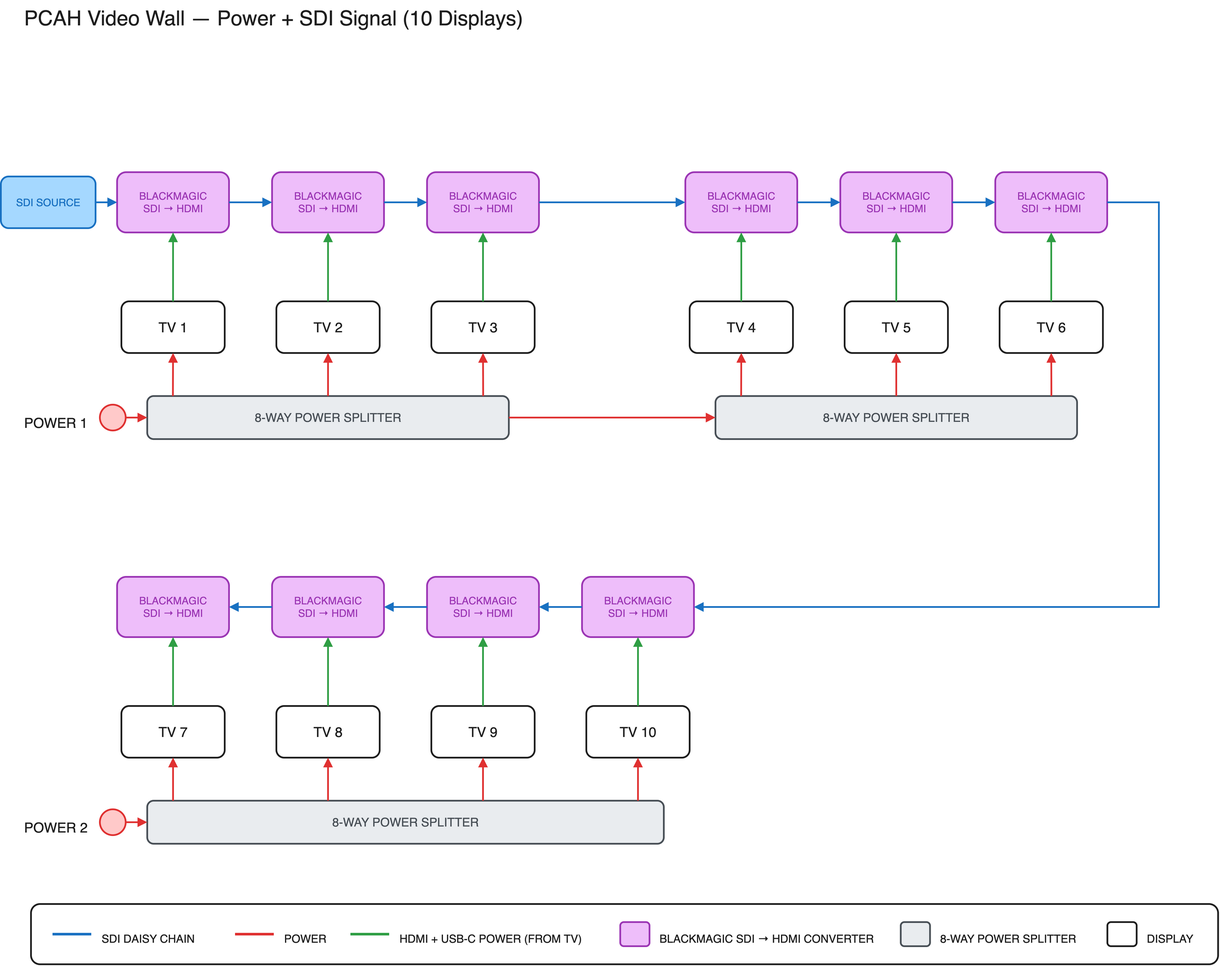
The draw.io diagram diagrams/pcah-video-wall.png in statik/pcah-wiring-diagrams, before a commit. Source tidied: cells renumbered, new cells last; positions are measured from the earlier drawing's top-left corner, leaving out a move shared by most shapes.
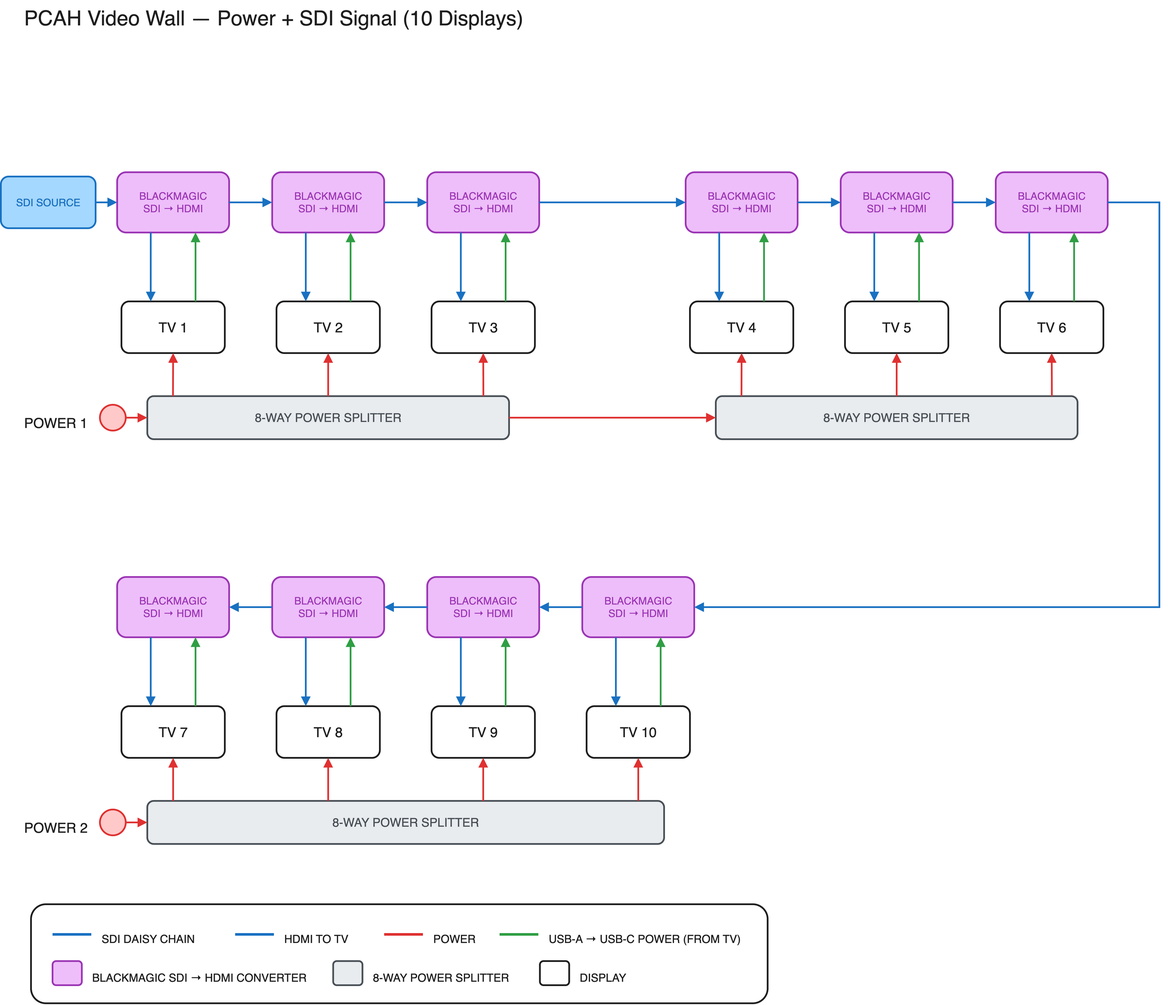
After the commit.

Commit message:
Add blue HDMI arrows from each converter into its TV

Diff of the diagram source:
```diff
@@ -11,7 +11,7 @@
     <mxCell id="4" value="TV 1" style="rounded=1;whiteSpace=wrap;html=1;fillColor=none;strokeColor=#1e1e1e;strokeWidth=2;fontColor=#1e1e1e;fontSize=16;" parent="1" vertex="1">
       <mxGeometry x="140" y="350" width="120" height="60" as="geometry" />
     </mxCell>
-    <mxCell id="5" style="edgeStyle=none;rounded=0;html=1;strokeColor=#2f9e44;strokeWidth=2;endArrow=block;endFill=1;exitX=0.5;exitY=0;exitDx=0;exitDy=0;entryX=0.5;entryY=1;entryDx=0;entryDy=0;" parent="1" edge="1" source="4" target="3">
+    <mxCell id="5" style="edgeStyle=none;rounded=0;html=1;strokeColor=#2f9e44;strokeWidth=2;endArrow=block;endFill=1;exitX=0.7167;exitY=0;exitDx=0;exitDy=0;entryX=0.7;entryY=1;entryDx=0;entryDy=0;" parent="1" edge="1" source="4" target="3">
       <mxGeometry relative="1" as="geometry" />
     </mxCell>
     <mxCell id="6" value="BLACKMAGIC&lt;br&gt;SDI → HDMI" style="rounded=1;whiteSpace=wrap;html=1;fillColor=#eebefa;strokeColor=#9c36b5;strokeWidth=2;fontColor=#9c36b5;fontSize=12;" parent="1" vertex="1">
@@ -20,7 +20,7 @@
     <mxCell id="7" value="TV 2" style="rounded=1;whiteSpace=wrap;html=1;fillColor=none;strokeColor=#1e1e1e;strokeWidth=2;fontColor=#1e1e1e;fontSize=16;" parent="1" vertex="1">
       <mxGeometry x="320" y="350" width="120" height="60" as="geometry" />
     </mxCell>
-    <mxCell id="8" style="edgeStyle=none;rounded=0;html=1;strokeColor=#2f9e44;strokeWidth=2;endArrow=block;endFill=1;exitX=0.5;exitY=0;exitDx=0;exitDy=0;entryX=0.5;entryY=1;entryDx=0;entryDy=0;" parent="1" edge="1" source="7" target="6">
+    <mxCell id="8" style="edgeStyle=none;rounded=0;html=1;strokeColor=#2f9e44;strokeWidth=2;endArrow=block;endFill=1;exitX=0.7167;exitY=0;exitDx=0;exitDy=0;entryX=0.7;entryY=1;entryDx=0;entryDy=0;" parent="1" edge="1" source="7" target="6">
       <mxGeometry relative="1" as="geometry" />
     </mxCell>
     <mxCell id="9" value="BLACKMAGIC&lt;br&gt;SDI → HDMI" style="rounded=1;whiteSpace=wrap;html=1;fillColor=#eebefa;strokeColor=#9c36b5;strokeWidth=2;fontColor=#9c36b5;fontSize=12;" parent="1" vertex="1">
@@ -29,7 +29,7 @@
     <mxCell id="10" value="TV 3" style="rounded=1;whiteSpace=wrap;html=1;fillColor=none;strokeColor=#1e1e1e;strokeWidth=2;fontColor=#1e1e1e;fontSize=16;" parent="1" vertex="1">
       <mxGeometry x="500" y="350" width="120" height="60" as="geometry" />
     </mxCell>
-    <mxCell id="11" style="edgeStyle=none;rounded=0;html=1;strokeColor=#2f9e44;strokeWidth=2;endArrow=block;endFill=1;exitX=0.5;exitY=0;exitDx=0;exitDy=0;entryX=0.5;entryY=1;entryDx=0;entryDy=0;" parent="1" edge="1" source="10" target="9">
+    <mxCell id="11" style="edgeStyle=none;rounded=0;html=1;strokeColor=#2f9e44;strokeWidth=2;endArrow=block;endFill=1;exitX=0.7167;exitY=0;exitDx=0;exitDy=0;entryX=0.7;entryY=1;entryDx=0;entryDy=0;" parent="1" edge="1" source="10" target="9">
       <mxGeometry relative="1" as="geometry" />
     </mxCell>
     <mxCell id="12" value="BLACKMAGIC&lt;br&gt;SDI → HDMI" style="rounded=1;whiteSpace=wrap;html=1;fillColor=#eebefa;strokeColor=#9c36b5;strokeWidth=2;fontColor=#9c36b5;fontSize=12;" parent="1" vertex="1">
@@ -38,7 +38,7 @@
     <mxCell id="13" value="TV 4" style="rounded=1;whiteSpace=wrap;html=1;fillColor=none;strokeColor=#1e1e1e;strokeWidth=2;fontColor=#1e1e1e;fontSize=16;" parent="1" vertex="1">
       <mxGeometry x="800" y="350" width="120" height="60" as="geometry" />
     </mxCell>
-    <mxCell id="14" style="edgeStyle=none;rounded=0;html=1;strokeColor=#2f9e44;strokeWidth=2;endArrow=block;endFill=1;exitX=0.5;exitY=0;exitDx=0;exitDy=0;entryX=0.5;entryY=1;entryDx=0;entryDy=0;" parent="1" edge="1" source="13" target="12">
+    <mxCell id="14" style="edgeStyle=none;rounded=0;html=1;strokeColor=#2f9e44;strokeWidth=2;endArrow=block;endFill=1;exitX=0.7167;exitY=0;exitDx=0;exitDy=0;entryX=0.7;entryY=1;entryDx=0;entryDy=0;" parent="1" edge="1" source="13" target="12">
       <mxGeometry relative="1" as="geometry" />
     </mxCell>
     <mxCell id="15" value="BLACKMAGIC&lt;br&gt;SDI → HDMI" style="rounded=1;whiteSpace=wrap;html=1;fillColor=#eebefa;strokeColor=#9c36b5;strokeWidth=2;fontColor=#9c36b5;fontSize=12;" parent="1" vertex="1">
@@ -47,7 +47,7 @@
     <mxCell id="16" value="TV 5" style="rounded=1;whiteSpace=wrap;html=1;fillColor=none;strokeColor=#1e1e1e;strokeWidth=2;fontColor=#1e1e1e;fontSize=16;" parent="1" vertex="1">
       <mxGeometry x="980" y="350" width="120" height="60" as="geometry" />
     </mxCell>
-    <mxCell id="17" style="edgeStyle=none;rounded=0;html=1;strokeColor=#2f9e44;strokeWidth=2;endArrow=block;endFill=1;exitX=0.5;exitY=0;exitDx=0;exitDy=0;entryX=0.5;entryY=1;entryDx=0;entryDy=0;" parent="1" edge="1" source="16" target="15">
+    <mxCell id="17" style="edgeStyle=none;rounded=0;html=1;strokeColor=#2f9e44;strokeWidth=2;endArrow=block;endFill=1;exitX=0.7167;exitY=0;exitDx=0;exitDy=0;entryX=0.7;entryY=1;entryDx=0;entryDy=0;" parent="1" edge="1" source="16" target="15">
       <mxGeometry relative="1" as="geometry" />
     </mxCell>
     <mxCell id="18" value="BLACKMAGIC&lt;br&gt;SDI → HDMI" style="rounded=1;whiteSpace=wrap;html=1;fillColor=#eebefa;strokeColor=#9c36b5;strokeWidth=2;fontColor=#9c36b5;fontSize=12;" parent="1" vertex="1">
@@ -56,7 +56,7 @@
     <mxCell id="19" value="TV 6" style="rounded=1;whiteSpace=wrap;html=1;fillColor=none;strokeColor=#1e1e1e;strokeWidth=2;fontColor=#1e1e1e;fontSize=16;" parent="1" vertex="1">
       <mxGeometry x="1160" y="350" width="120" height="60" as="geometry" />
     </mxCell>
-    <mxCell id="20" style="edgeStyle=none;rounded=0;html=1;strokeColor=#2f9e44;strokeWidth=2;endArrow=block;endFill=1;exitX=0.5;exitY=0;exitDx=0;exitDy=0;entryX=0.5;entryY=1;entryDx=0;entryDy=0;" parent="1" edge="1" source="19" target="18">
+    <mxCell id="20" style="edgeStyle=none;rounded=0;html=1;strokeColor=#2f9e44;strokeWidth=2;endArrow=block;endFill=1;exitX=0.7167;exitY=0;exitDx=0;exitDy=0;entryX=0.7;entryY=1;entryDx=0;entryDy=0;" parent="1" edge="1" source="19" target="18">
       <mxGeometry relative="1" as="geometry" />
     </mxCell>
     <mxCell id="21" value="BLACKMAGIC&lt;br&gt;SDI → HDMI" style="rounded=1;whiteSpace=wrap;html=1;fillColor=#eebefa;strokeColor=#9c36b5;strokeWidth=2;fontColor=#9c36b5;fontSize=12;" parent="1" vertex="1">
@@ -65,7 +65,7 @@
     <mxCell id="22" value="TV 7" style="rounded=1;whiteSpace=wrap;html=1;fillColor=none;strokeColor=#1e1e1e;strokeWidth=2;fontColor=#1e1e1e;fontSize=16;" parent="1" vertex="1">
       <mxGeometry x="140" y="820" width="120" height="60" as="geometry" />
     </mxCell>
-    <mxCell id="23" style="edgeStyle=none;rounded=0;html=1;strokeColor=#2f9e44;strokeWidth=2;endArrow=block;endFill=1;exitX=0.5;exitY=0;exitDx=0;exitDy=0;entryX=0.5;entryY=1;entryDx=0;entryDy=0;" parent="1" edge="1" source="22" target="21">
+    <mxCell id="23" style="edgeStyle=none;rounded=0;html=1;strokeColor=#2f9e44;strokeWidth=2;endArrow=block;endFill=1;exitX=0.7167;exitY=0;exitDx=0;exitDy=0;entryX=0.7;entryY=1;entryDx=0;entryDy=0;" parent="1" edge="1" source="22" target="21">
       <mxGeometry relative="1" as="geometry" />
     </mxCell>
     <mxCell id="24" value="BLACKMAGIC&lt;br&gt;SDI → HDMI" style="rounded=1;whiteSpace=wrap;html=1;fillColor=#eebefa;strokeColor=#9c36b5;strokeWidth=2;fontColor=#9c36b5;fontSize=12;" parent="1" vertex="1">
@@ -74,7 +74,7 @@
     <mxCell id="25" value="TV 8" style="rounded=1;whiteSpace=wrap;html=1;fillColor=none;strokeColor=#1e1e1e;strokeWidth=2;fontColor=#1e1e1e;fontSize=16;" parent="1" vertex="1">
       <mxGeometry x="320" y="820" width="120" height="60" as="geometry" />
     </mxCell>
-    <mxCell id="26" style="edgeStyle=none;rounded=0;html=1;strokeColor=#2f9e44;strokeWidth=2;endArrow=block;endFill=1;exitX=0.5;exitY=0;exitDx=0;exitDy=0;entryX=0.5;entryY=1;entryDx=0;entryDy=0;" parent="1" edge="1" source="25" target="24">
+    <mxCell id="26" style="edgeStyle=none;rounded=0;html=1;strokeColor=#2f9e44;strokeWidth=2;endArrow=block;endFill=1;exitX=0.7167;exitY=0;exitDx=0;exitDy=0;entryX=0.7;entryY=1;entryDx=0;entryDy=0;" parent="1" edge="1" source="25" target="24">
       <mxGeometry relative="1" as="geometry" />
     </mxCell>
     <mxCell id="27" value="BLACKMAGIC&lt;br&gt;SDI → HDMI" style="rounded=1;whiteSpace=wrap;html=1;fillColor=#eebefa;strokeColor=#9c36b5;strokeWidth=2;fontColor=#9c36b5;fontSize=12;" parent="1" vertex="1">
@@ -83,7 +83,7 @@
     <mxCell id="28" value="TV 9" style="rounded=1;whiteSpace=wrap;html=1;fillColor=none;strokeColor=#1e1e1e;strokeWidth=2;fontColor=#1e1e1e;fontSize=16;" parent="1" vertex="1">
       <mxGeometry x="500" y="820" width="120" height="60" as="geometry" />
     </mxCell>
-    <mxCell id="29" style="edgeStyle=none;rounded=0;html=1;strokeColor=#2f9e44;strokeWidth=2;endArrow=block;endFill=1;exitX=0.5;exitY=0;exitDx=0;exitDy=0;entryX=0.5;entryY=1;entryDx=0;entryDy=0;" parent="1" edge="1" source="28" target="27">
+    <mxCell id="29" style="edgeStyle=none;rounded=0;html=1;strokeColor=#2f9e44;strokeWidth=2;endArrow=block;endFill=1;exitX=0.7167;exitY=0;exitDx=0;exitDy=0;entryX=0.7;entryY=1;entryDx=0;entryDy=0;" parent="1" edge="1" source="28" target="27">
       <mxGeometry relative="1" as="geometry" />
     </mxCell>
     <mxCell id="30" value="BLACKMAGIC&lt;br&gt;SDI → HDMI" style="rounded=1;whiteSpace=wrap;html=1;fillColor=#eebefa;strokeColor=#9c36b5;strokeWidth=2;fontColor=#9c36b5;fontSize=12;" parent="1" vertex="1">
@@ -92,7 +92,7 @@
     <mxCell id="31" value="TV 10" style="rounded=1;whiteSpace=wrap;html=1;fillColor=none;strokeColor=#1e1e1e;strokeWidth=2;fontColor=#1e1e1e;fontSize=16;" parent="1" vertex="1">
       <mxGeometry x="680" y="820" width="120" height="60" as="geometry" />
     </mxCell>
-    <mxCell id="32" style="edgeStyle=none;rounded=0;html=1;strokeColor=#2f9e44;strokeWidth=2;endArrow=block;endFill=1;exitX=0.5;exitY=0;exitDx=0;exitDy=0;entryX=0.5;entryY=1;entryDx=0;entryDy=0;" parent="1" edge="1" source="31" target="30">
+    <mxCell id="32" style="edgeStyle=none;rounded=0;html=1;strokeColor=#2f9e44;strokeWidth=2;endArrow=block;endFill=1;exitX=0.7167;exitY=0;exitDx=0;exitDy=0;entryX=0.7;entryY=1;entryDx=0;entryDy=0;" parent="1" edge="1" source="31" target="30">
       <mxGeometry relative="1" as="geometry" />
     </mxCell>
     <mxCell id="33" value="POWER 1" style="text;html=1;align=left;verticalAlign=top;fontSize=16;fontColor=#1e1e1e;" parent="1" vertex="1">
@@ -193,53 +193,92 @@
     <mxCell id="63" style="edgeStyle=none;rounded=0;html=1;strokeColor=#1971c2;strokeWidth=2;endArrow=block;endFill=1;exitX=0;exitY=0.5;exitDx=0;exitDy=0;entryX=1;entryY=0.5;entryDx=0;entryDy=0;" parent="1" edge="1" source="24" target="21">
       <mxGeometry relative="1" as="geometry" />
     </mxCell>
-    <mxCell id="64" style="edgeStyle=none;rounded=0;html=1;strokeColor=#1971c2;strokeWidth=3;endArrow=none;endFill=1;" parent="1" edge="1">
-      <mxGeometry relative="1" as="geometry">
-        <mxPoint x="60" y="1085" as="sourcePoint" />
-        <mxPoint x="105" y="1085" as="targetPoint" />
-      </mxGeometry>
-    </mxCell>
+    <mxCell id="77" style="edgeStyle=none;rounded=0;html=1;strokeColor=#1971c2;strokeWidth=2;endArrow=block;endFill=1;exitX=0.3;exitY=1;exitDx=0;exitDy=0;entryX=0.2833;entryY=0;entryDx=0;entryDy=0;" parent="1" edge="1" source="3" target="4">
+      <mxGeometry relative="1" as="geometry" />
+    </mxCell>
+    <mxCell id="78" style="edgeStyle=none;rounded=0;html=1;strokeColor=#1971c2;strokeWidth=2;endArrow=block;endFill=1;exitX=0.3;exitY=1;exitDx=0;exitDy=0;entryX=0.2833;entryY=0;entryDx=0;entryDy=0;" parent="1" edge="1" source="6" target="7">
+      <mxGeometry relative="1" as="geometry" />
+    </mxCell>
+    <mxCell id="79" style="edgeStyle=none;rounded=0;html=1;strokeColor=#1971c2;strokeWidth=2;endArrow=block;endFill=1;exitX=0.3;exitY=1;exitDx=0;exitDy=0;entryX=0.2833;entryY=0;entryDx=0;entryDy=0;" parent="1" edge="1" source="9" target="10">
+      <mxGeometry relative="1" as="geometry" />
+    </mxCell>
+    <mxCell id="80" style="edgeStyle=none;rounded=0;html=1;strokeColor=#1971c2;strokeWidth=2;endArrow=block;endFill=1;exitX=0.3;exitY=1;exitDx=0;exitDy=0;entryX=0.2833;entryY=0;entryDx=0;entryDy=0;" parent="1" edge="1" source="12" target="13">
+      <mxGeometry relative="1" as="geometry" />
+    </mxCell>
+    <mxCell id="81" style="edgeStyle=none;rounded=0;html=1;strokeColor=#1971c2;strokeWidth=2;endArrow=block;endFill=1;exitX=0.3;exitY=1;exitDx=0;exitDy=0;entryX=0.2833;entryY=0;entryDx=0;entryDy=0;" parent="1" edge="1" source="15" target="16">
+      <mxGeometry relative="1" as="geometry" />
+    </mxCell>
+    <mxCell id="82" style="edgeStyle=none;rounded=0;html=1;strokeColor=#1971c2;strokeWidth=2;endArrow=block;endFill=1;exitX=0.3;exitY=1;exitDx=0;exitDy=0;entryX=0.2833;entryY=0;entryDx=0;entryDy=0;" parent="1" edge="1" source="18" target="19">
+      <mxGeometry relative="1" as="geometry" />
+    </mxCell>
+    <mxCell id="83" style="edgeStyle=none;rounded=0;html=1;strokeColor=#1971c2;strokeWidth=2;endArrow=block;endFill=1;exitX=0.3;exitY=1;exitDx=0;exitDy=0;entryX=0.2833;entryY=0;entryDx=0;entryDy=0;" parent="1" edge="1" source="21" target="22">
+      <mxGeometry relative="1" as="geometry" />
+    </mxCell>
+    <mxCell id="84" style="edgeStyle=none;rounded=0;html=1;strokeColor=#1971c2;strokeWidth=2;endArrow=block;endFill=1;exitX=0.3;exitY=1;exitDx=0;exitDy=0;entryX=0.2833;entryY=0;entryDx=0;entryDy=0;" parent="1" edge="1" source="24" target="25">
+      <mxGeometry relative="1" as="geometry" />
+    </mxCell>
+    <mxCell id="85" style="edgeStyle=none;rounded=0;html=1;strokeColor=#1971c2;strokeWidth=2;endArrow=block;endFill=1;exitX=0.3;exitY=1;exitDx=0;exitDy=0;entryX=0.2833;entryY=0;entryDx=0;entryDy=0;" parent="1" edge="1" source="27" target="28">
+      <mxGeometry relative="1" as="geometry" />
+    </mxCell>
+    <mxCell id="86" style="edgeStyle=none;rounded=0;html=1;strokeColor=#1971c2;strokeWidth=2;endArrow=block;endFill=1;exitX=0.3;exitY=1;exitDx=0;exitDy=0;entryX=0.2833;entryY=0;entryDx=0;entryDy=0;" parent="1" edge="1" source="30" target="31">
+      <mxGeometry relative="1" as="geometry" />
+    </mxCell>
+    <mxCell id="87" style="edgeStyle=none;rounded=0;html=1;strokeColor=#1971c2;strokeWidth=3;endArrow=none;endFill=1;" parent="1" edge="1">
+      <mxGeometry relative="1" as="geometry">
+        <mxPoint x="60" y="1085" as="sourcePoint" />
+        <mxPoint x="105" y="1085" as="targetPoint" />
+      </mxGeometry>
+    </mxCell>
     <mxCell id="65" value="SDI DAISY CHAIN" style="text;html=1;align=left;verticalAlign=top;fontSize=13;fontColor=#1e1e1e;" parent="1" vertex="1">
-      <mxGeometry x="115" y="1076" width="117" height="16.2" as="geometry" />
+      <mxGeometry x="115" y="1076" width="117" height="16" as="geometry" />
     </mxCell>
-    <mxCell id="66" style="edgeStyle=none;rounded=0;html=1;strokeColor=#e03131;strokeWidth=3;endArrow=none;endFill=1;" parent="1" edge="1">
-      <mxGeometry relative="1" as="geometry">
-        <mxPoint x="272" y="1085" as="sourcePoint" />
-        <mxPoint x="317" y="1085" as="targetPoint" />
-      </mxGeometry>
-    </mxCell>
+    <mxCell id="88" style="edgeStyle=none;rounded=0;html=1;strokeColor=#1971c2;strokeWidth=3;endArrow=none;endFill=1;" parent="1" edge="1">
+      <mxGeometry relative="1" as="geometry">
+        <mxPoint x="272" y="1085" as="sourcePoint" />
+        <mxPoint x="317" y="1085" as="targetPoint" />
+      </mxGeometry>
+    </mxCell>
+    <mxCell id="89" value="HDMI TO TV" style="text;html=1;align=left;verticalAlign=top;fontSize=13;fontColor=#1e1e1e;" parent="1" vertex="1">
+      <mxGeometry x="327" y="1076" width="78" height="16" as="geometry" />
+    </mxCell>
+    <mxCell id="90" style="edgeStyle=none;rounded=0;html=1;strokeColor=#e03131;strokeWidth=3;endArrow=none;endFill=1;" parent="1" edge="1">
+      <mxGeometry relative="1" as="geometry">
+        <mxPoint x="445" y="1085" as="sourcePoint" />
+        <mxPoint x="490" y="1085" as="targetPoint" />
+      </mxGeometry>
+    </mxCell>
     <mxCell id="67" value="POWER" style="text;html=1;align=left;verticalAlign=top;fontSize=13;fontColor=#1e1e1e;" parent="1" vertex="1">
-      <mxGeometry x="327" y="1076" width="39" height="16.2" as="geometry" />
+      <mxGeometry x="500" y="1076" width="39" height="16" as="geometry" />
     </mxCell>
-    <mxCell id="68" style="edgeStyle=none;rounded=0;html=1;strokeColor=#2f9e44;strokeWidth=3;endArrow=none;endFill=1;" parent="1" edge="1">
-      <mxGeometry relative="1" as="geometry">
-        <mxPoint x="406" y="1085" as="sourcePoint" />
-        <mxPoint x="451" y="1085" as="targetPoint" />
-      </mxGeometry>
-    </mxCell>
-    <mxCell id="69" value="HDMI + USB-C POWER (FROM TV)" style="text;html=1;align=left;verticalAlign=top;fontSize=13;fontColor=#1e1e1e;" parent="1" vertex="1">
-      <mxGeometry x="461" y="1076" width="218.4" height="16.2" as="geometry" />
-    </mxCell>
-    <mxCell id="70" style="rounded=1;whiteSpace=wrap;html=1;fillColor=#eebefa;strokeColor=#9c36b5;strokeWidth=2;" parent="1" vertex="1">
-      <mxGeometry x="719.4" y="1071" width="34" height="28" as="geometry" />
-    </mxCell>
+    <mxCell id="91" style="edgeStyle=none;rounded=0;html=1;strokeColor=#2f9e44;strokeWidth=3;endArrow=none;endFill=1;" parent="1" edge="1">
+      <mxGeometry relative="1" as="geometry">
+        <mxPoint x="579" y="1085" as="sourcePoint" />
+        <mxPoint x="624" y="1085" as="targetPoint" />
+      </mxGeometry>
+    </mxCell>
+    <mxCell id="92" value="USB-A → USB-C POWER (FROM TV)" style="text;html=1;align=left;verticalAlign=top;fontSize=13;fontColor=#1e1e1e;" parent="1" vertex="1">
+      <mxGeometry x="634" y="1076" width="226.2" height="16" as="geometry" />
+    </mxCell>
+    <mxCell id="93" style="rounded=1;whiteSpace=wrap;html=1;fillColor=#eebefa;strokeColor=#9c36b5;strokeWidth=2;" parent="1" vertex="1">
+      <mxGeometry x="60" y="1116" width="34" height="28" as="geometry" />
+    </mxCell>
     <mxCell id="71" value="BLACKMAGIC SDI → HDMI CONVERTER" style="text;html=1;align=left;verticalAlign=top;fontSize=13;fontColor=#1e1e1e;" parent="1" vertex="1">
-      <mxGeometry x="763.4" y="1076" width="241.8" height="16.2" as="geometry" />
+      <mxGeometry x="104" y="1121" width="241.8" height="16" as="geometry" />
     </mxCell>
-    <mxCell id="72" style="rounded=1;whiteSpace=wrap;html=1;fillColor=#e9ecef;strokeColor=#495057;strokeWidth=2;" parent="1" vertex="1">
-      <mxGeometry x="1045.2" y="1071" width="34" height="28" as="geometry" />
-    </mxCell>
+    <mxCell id="94" style="rounded=1;whiteSpace=wrap;html=1;fillColor=#e9ecef;strokeColor=#495057;strokeWidth=2;" parent="1" vertex="1">
+      <mxGeometry x="385.8" y="1116" width="34" height="28" as="geometry" />
+    </mxCell>
     <mxCell id="73" value="8-WAY POWER SPLITTER" style="text;html=1;align=left;verticalAlign=top;fontSize=13;fontColor=#1e1e1e;" parent="1" vertex="1">
-      <mxGeometry x="1089.2" y="1076" width="156" height="16.2" as="geometry" />
+      <mxGeometry x="429.8" y="1121" width="156" height="16" as="geometry" />
     </mxCell>
-    <mxCell id="74" style="rounded=1;whiteSpace=wrap;html=1;fillColor=none;strokeColor=#1e1e1e;strokeWidth=2;" parent="1" vertex="1">
-      <mxGeometry x="1285.2" y="1071" width="34" height="28" as="geometry" />
-    </mxCell>
+    <mxCell id="95" style="rounded=1;whiteSpace=wrap;html=1;fillColor=none;strokeColor=#1e1e1e;strokeWidth=2;" parent="1" vertex="1">
+      <mxGeometry x="625.8" y="1116" width="34" height="28" as="geometry" />
+    </mxCell>
     <mxCell id="75" value="DISPLAY" style="text;html=1;align=left;verticalAlign=top;fontSize=13;fontColor=#1e1e1e;" parent="1" vertex="1">
-      <mxGeometry x="1329.2" y="1076" width="54.6" height="16.2" as="geometry" />
+      <mxGeometry x="669.8" y="1121" width="54.6" height="16" as="geometry" />
     </mxCell>
-    <mxCell id="76" style="rounded=1;whiteSpace=wrap;html=1;fillColor=none;strokeColor=#1e1e1e;strokeWidth=2;" parent="1" vertex="1">
-      <mxGeometry x="35" y="1050" width="1378.8" height="70" as="geometry" />
-    </mxCell>
+    <mxCell id="96" style="rounded=1;whiteSpace=wrap;html=1;fillColor=none;strokeColor=#1e1e1e;strokeWidth=2;" parent="1" vertex="1">
+      <mxGeometry x="35" y="1050" width="855.2" height="115" as="geometry" />
+    </mxCell>
   </root>
 </mxGraphModel>
```
